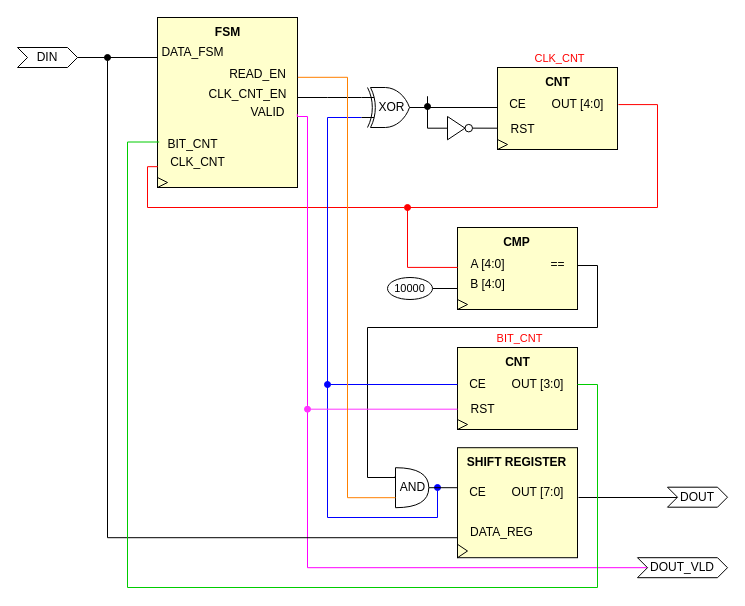
Earlier version of the draw.io diagram INC_RTL.drawio (ArturSultanov/inc_project). Source tidied: cells renumbered, new cells numbered last; positions are measured from the earlier drawing's top-left corner, leaving out a move shared by most shapes. Both pictures are drawn from the tidied source at 100%, with x=0, y=0 at pixel (17, 17).
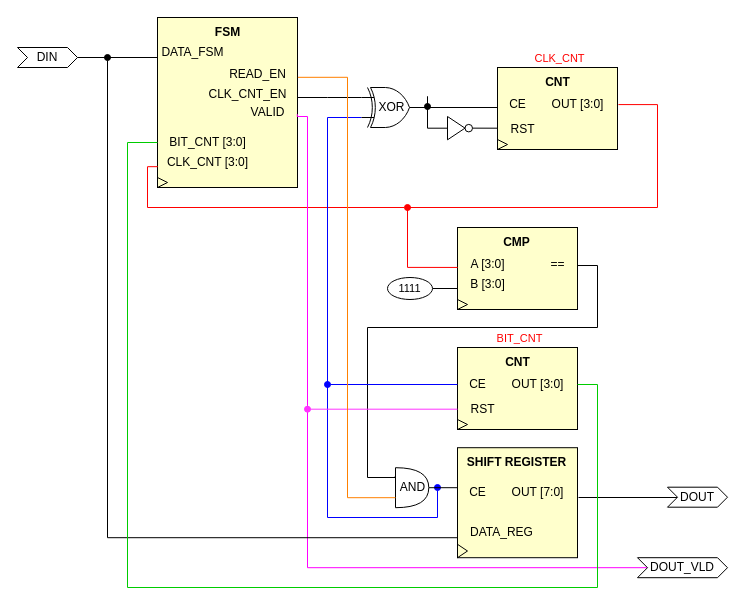
Above is the later version.

The change refers to these unchanged cells:
```xml
<mxCell id="3" style="group;" parent="2" vertex="1">
  <mxGeometry x="30" width="155" height="150" as="geometry" />
</mxCell>
<mxCell id="22" style="group;" parent="21" vertex="1">
  <mxGeometry x="40" y="1" width="140" height="82" as="geometry" />
</mxCell>
<mxCell id="35" style="group;" parent="1" vertex="1">
  <mxGeometry x="370" y="210" width="200" height="82" as="geometry" />
</mxCell>
<mxCell id="36" style="group;" parent="35" vertex="1">
  <mxGeometry x="60" width="140" height="82" as="geometry" />
</mxCell>
<mxCell id="60" value="OUT [3:0]" style="text;html=1;align=center;verticalAlign=middle;points=[];strokeColor=none;fillColor=none;" parent="53" vertex="1">
  <mxGeometry x="50" y="22" width="80" height="30" as="geometry" />
</mxCell>
```

Diff of the diagram source:
```diff
@@
-    <mxCell id="10" value="BIT_CNT" style="text;html=1;align=center;verticalAlign=middle;points=[];strokeColor=none;fillColor=none;" parent="3" vertex="1">
-      <mxGeometry x="10" y="92" width="70" height="30" as="geometry" />
+    <mxCell id="10" value="BIT_CNT [3:0]" style="text;html=1;align=center;verticalAlign=middle;points=[];strokeColor=none;fillColor=none;" parent="3" vertex="1">
+      <mxGeometry x="10" y="90" width="100" height="30" as="geometry" />
     </mxCell>
-    <mxCell id="11" value="CLK_CNT" style="text;html=1;align=center;verticalAlign=middle;points=[];strokeColor=none;fillColor=none;" parent="3" vertex="1">
-      <mxGeometry x="10" y="110" width="80" height="30" as="geometry" />
+    <mxCell id="11" value="CLK_CNT [3:0]" style="text;html=1;align=center;verticalAlign=middle;points=[];strokeColor=none;fillColor=none;" parent="3" vertex="1">
+      <mxGeometry x="10" y="110" width="100" height="30" as="geometry" />
     </mxCell>
@@
-    <mxCell id="27" value="OUT [4:0]" style="text;html=1;align=center;verticalAlign=middle;points=[];strokeColor=none;fillColor=none;" parent="22" vertex="1">
+    <mxCell id="27" value="OUT [3:0]" style="text;html=1;align=center;verticalAlign=middle;points=[];strokeColor=none;fillColor=none;" parent="22" vertex="1">
       <mxGeometry x="50" y="22" width="80" height="30" as="geometry" />
     </mxCell>
@@
-    <mxCell id="40" value="A [4:0]" style="text;html=1;align=center;verticalAlign=middle;points=[];strokeColor=none;fillColor=none;" parent="36" vertex="1">
+    <mxCell id="40" value="A [3:0]" style="text;html=1;align=center;verticalAlign=middle;points=[];strokeColor=none;fillColor=none;" parent="36" vertex="1">
       <mxGeometry x="10" y="22" width="60" height="30" as="geometry" />
     </mxCell>
@@
-    <mxCell id="42" value="B [4:0]" style="text;html=1;align=center;verticalAlign=middle;strokeColor=none;fillColor=none;" parent="36" vertex="1">
+    <mxCell id="42" value="B [3:0]" style="text;html=1;align=center;verticalAlign=middle;strokeColor=none;fillColor=none;" parent="36" vertex="1">
       <mxGeometry x="10" y="42" width="60" height="30" as="geometry" />
     </mxCell>
@@
-    <mxCell id="44" value="&lt;span style=&quot;font-size: 11px;&quot;&gt;10000&lt;/span&gt;" style="ellipse;whiteSpace=wrap;html=1;" parent="35" vertex="1">
+    <mxCell id="44" value="&lt;span style=&quot;font-size: 11px;&quot;&gt;1111&lt;br&gt;&lt;/span&gt;" style="ellipse;whiteSpace=wrap;html=1;" parent="35" vertex="1">
       <mxGeometry y="50" width="45" height="22" as="geometry" />
     </mxCell>
@@
-    <mxCell id="75" style="edgeStyle=orthogonalEdgeStyle;rounded=0;jettySize=auto;html=1;entryX=0.024;entryY=0.417;entryDx=0;entryDy=0;entryPerimeter=0;endArrow=none;endFill=0;strokeColor=#00CC00;" parent="1" edge="1" source="60" target="10">
+    <mxCell id="75" style="edgeStyle=orthogonalEdgeStyle;rounded=0;jettySize=auto;html=1;endArrow=none;endFill=0;strokeColor=#00CC00;" parent="1" edge="1" source="60">
       <mxGeometry relative="1" as="geometry">
+        <mxPoint x="140" y="125" as="targetPoint" />
         <Array as="points">
           <mxPoint x="580" y="367" />
           <mxPoint x="580" y="570" />
           <mxPoint x="110" y="570" />
           <mxPoint x="110" y="125" />
         </Array>
       </mxGeometry>
     </mxCell>
```
